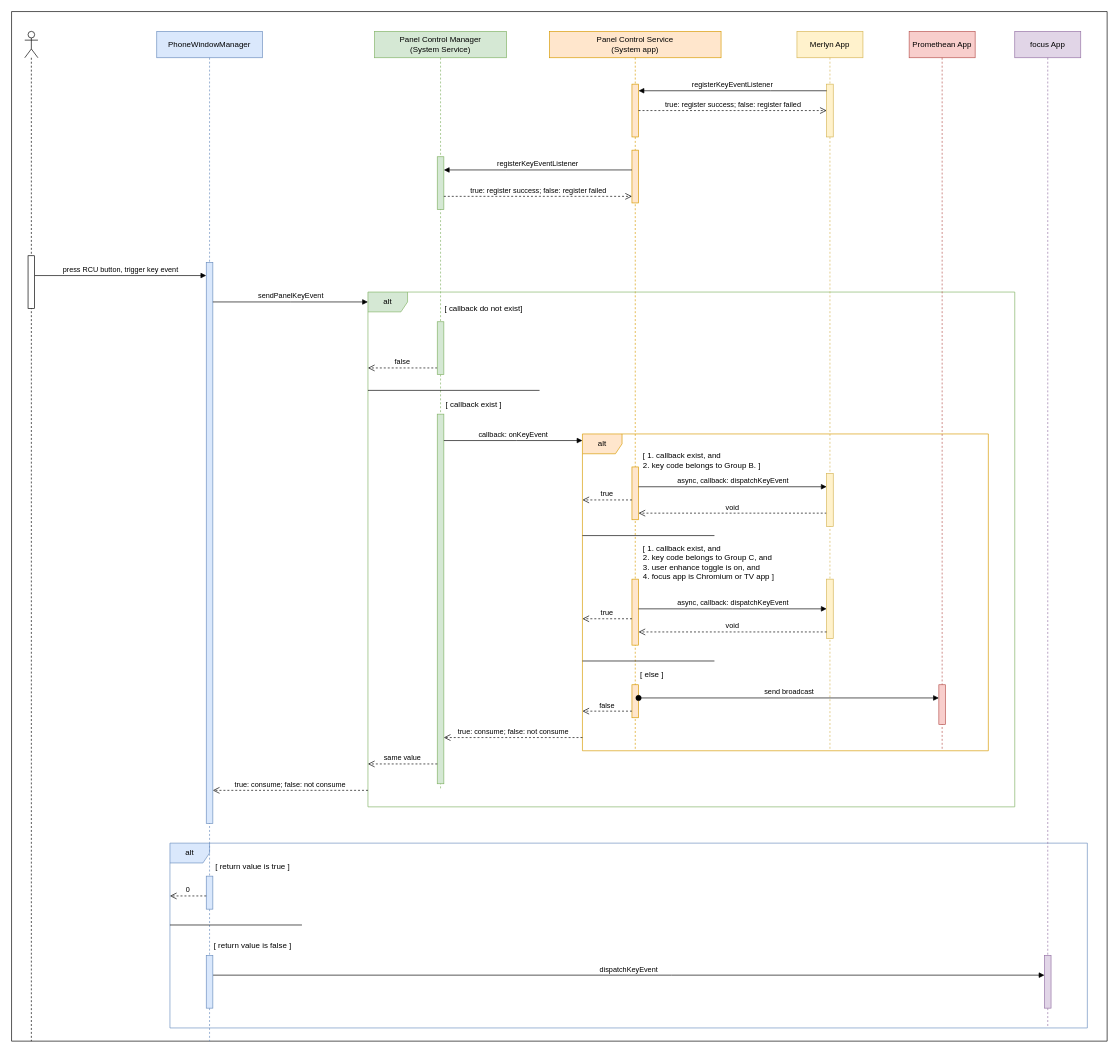
Before: prometheanworld_RCU.drawio in windboat/draw.io, a draw.io diagram. Source tidied: cells renumbered, new cells numbered last; positions are measured from the earlier drawing's top-left corner, leaving out a move shared by most shapes. Both pictures are drawn from the tidied source at 66%, with x=0, y=0 at pixel (11, 11).
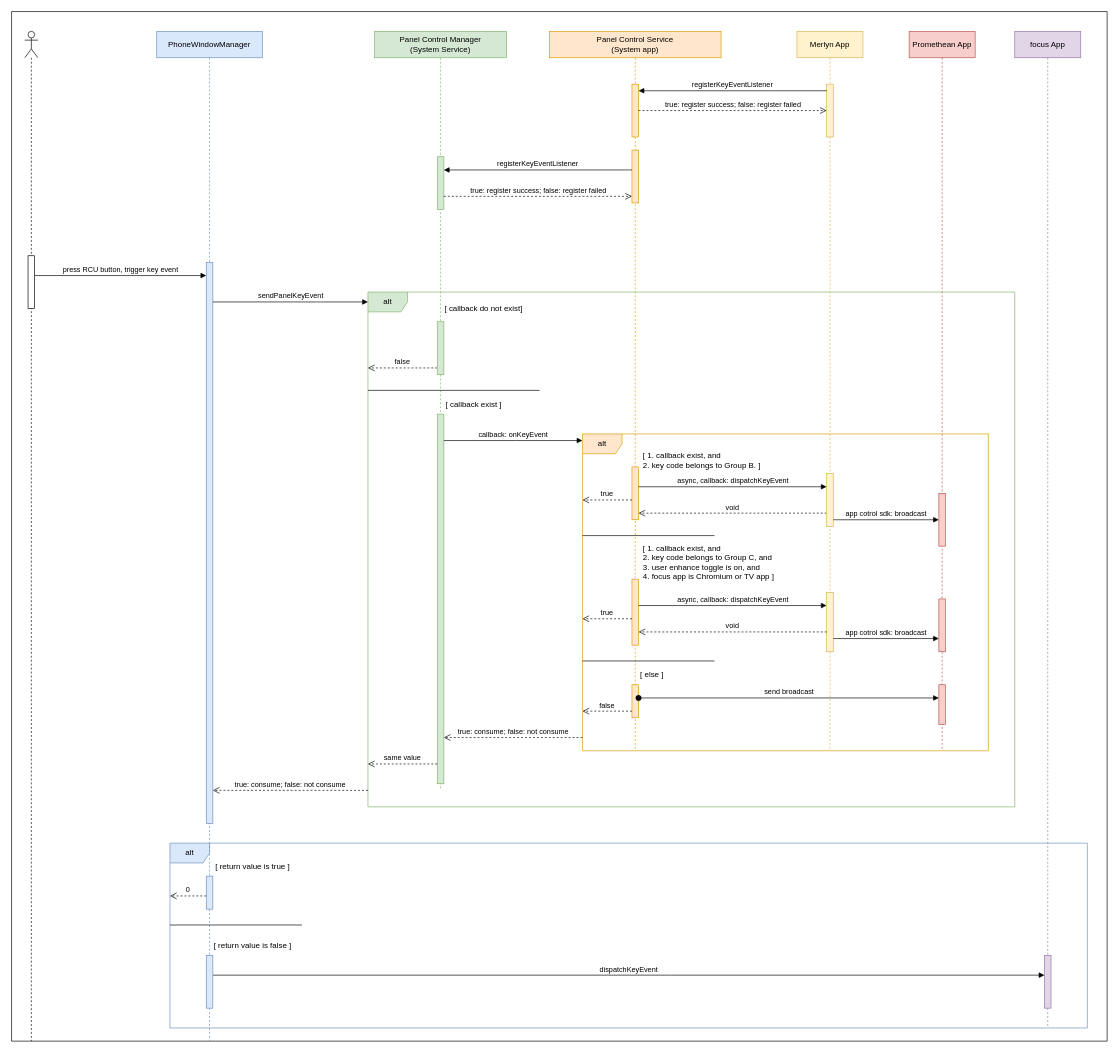
Above is the later version.

Unchanged cells that the change refers to:
```xml
<mxCell id="2" style="swimlane;startSize=0;fillStyle=auto;strokeColor=default;gradientColor=default;" parent="1" vertex="1">
  <mxGeometry width="1660" height="1560" as="geometry" />
</mxCell>
<mxCell id="31" style="html=1;points=[];perimeter=orthogonalPerimeter;outlineConnect=0;targetShapes=umlLifeline;portConstraint=eastwest;newEdgeStyle={&quot;edgeStyle&quot;:&quot;elbowEdgeStyle&quot;,&quot;elbow&quot;:&quot;vertical&quot;,&quot;curved&quot;:0,&quot;rounded&quot;:0};fillColor=#ffe6cc;strokeColor=#d79b00;" parent="2" vertex="1">
  <mxGeometry x="940" y="860" width="10" height="100" as="geometry" />
</mxCell>
<mxCell id="57" value="Promethean App" style="shape=umlLifeline;perimeter=lifelinePerimeter;whiteSpace=wrap;html=1;newEdgeStyle={&quot;edgeStyle&quot;:&quot;elbowEdgeStyle&quot;,&quot;elbow&quot;:&quot;vertical&quot;,&quot;curved&quot;:0,&quot;rounded&quot;:0};fillColor=#f8cecc;strokeColor=#b85450;" parent="2" vertex="1">
  <mxGeometry x="1360" y="30" width="100" height="1090" as="geometry" />
</mxCell>
```

Diff of the diagram source:
```diff
@@
     <mxCell id="32" style="html=1;points=[];perimeter=orthogonalPerimeter;outlineConnect=0;targetShapes=umlLifeline;portConstraint=eastwest;newEdgeStyle={&quot;edgeStyle&quot;:&quot;elbowEdgeStyle&quot;,&quot;elbow&quot;:&quot;vertical&quot;,&quot;curved&quot;:0,&quot;rounded&quot;:0};fillColor=#fff2cc;strokeColor=#d6b656;" parent="2" vertex="1">
-      <mxGeometry x="1235" y="860" width="10" height="90" as="geometry" />
+      <mxGeometry x="1235" y="880" width="10" height="90" as="geometry" />
     </mxCell>
     <mxCell id="33" value="async, callback: dispatchKeyEvent" style="html=1;verticalAlign=bottom;endArrow=block;edgeStyle=elbowEdgeStyle;elbow=vertical;curved=0;rounded=0;" parent="2" edge="1" source="31" target="32">
-      <mxGeometry relative="1" as="geometry" />
+      <mxGeometry relative="1" as="geometry">
+        <Array as="points">
+          <mxPoint x="1100" y="900" />
+        </Array>
+      </mxGeometry>
     </mxCell>
@@
+    <mxCell id="62" style="html=1;perimeter=orthogonalPerimeter;targetShapes=umlLifeline;newEdgeStyle={&quot;edgeStyle&quot;:&quot;elbowEdgeStyle&quot;,&quot;elbow&quot;:&quot;vertical&quot;,&quot;curved&quot;:0,&quot;rounded&quot;:0};fillColor=#f8cecc;strokeColor=#b85450;" parent="57" vertex="1">
+      <mxGeometry x="45" y="700" width="10" height="80" as="geometry" />
+    </mxCell>
+    <mxCell id="63" style="html=1;perimeter=orthogonalPerimeter;targetShapes=umlLifeline;newEdgeStyle={&quot;edgeStyle&quot;:&quot;elbowEdgeStyle&quot;,&quot;elbow&quot;:&quot;vertical&quot;,&quot;curved&quot;:0,&quot;rounded&quot;:0};fillColor=#f8cecc;strokeColor=#b85450;" parent="57" vertex="1">
+      <mxGeometry x="45" y="860" width="10" height="80" as="geometry" />
+    </mxCell>
@@
+    <mxCell id="64" value="app cotrol sdk: broadcast" style="html=1;verticalAlign=bottom;endArrow=block;edgeStyle=elbowEdgeStyle;elbow=vertical;curved=0;rounded=0;" parent="2" edge="1">
+      <mxGeometry relative="1" as="geometry">
+        <mxPoint x="1245" y="770" as="sourcePoint" />
+        <mxPoint x="1405" y="770" as="targetPoint" />
+      </mxGeometry>
+    </mxCell>
+    <mxCell id="65" value="app cotrol sdk: broadcast" style="html=1;verticalAlign=bottom;endArrow=block;edgeStyle=elbowEdgeStyle;elbow=vertical;curved=0;rounded=0;" parent="2" edge="1">
+      <mxGeometry relative="1" as="geometry">
+        <mxPoint x="1245" y="950" as="sourcePoint" />
+        <mxPoint x="1405" y="950" as="targetPoint" />
+      </mxGeometry>
+    </mxCell>
```
